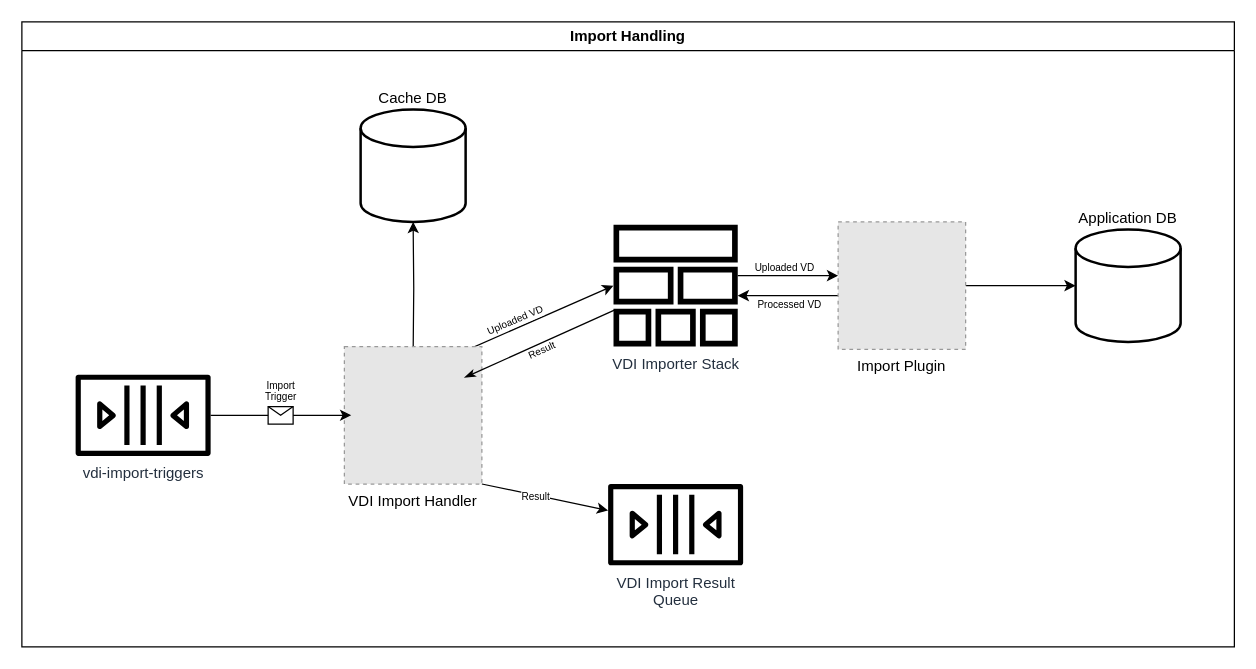
The draw.io diagram docs/design/1.0/diagrams/3-import-handling.drawio in VEuPathDB/vdi-service, before the edit. Source tidied: cells renumbered, new cells numbered last; positions are measured from the earlier drawing's top-left corner, leaving out a move shared by most shapes. Both pictures are drawn from the tidied source at 125%, with x=0, y=0 at pixel (21, 21). Pictures stored in the file or linked from it are replaced by grey dashed boxes.
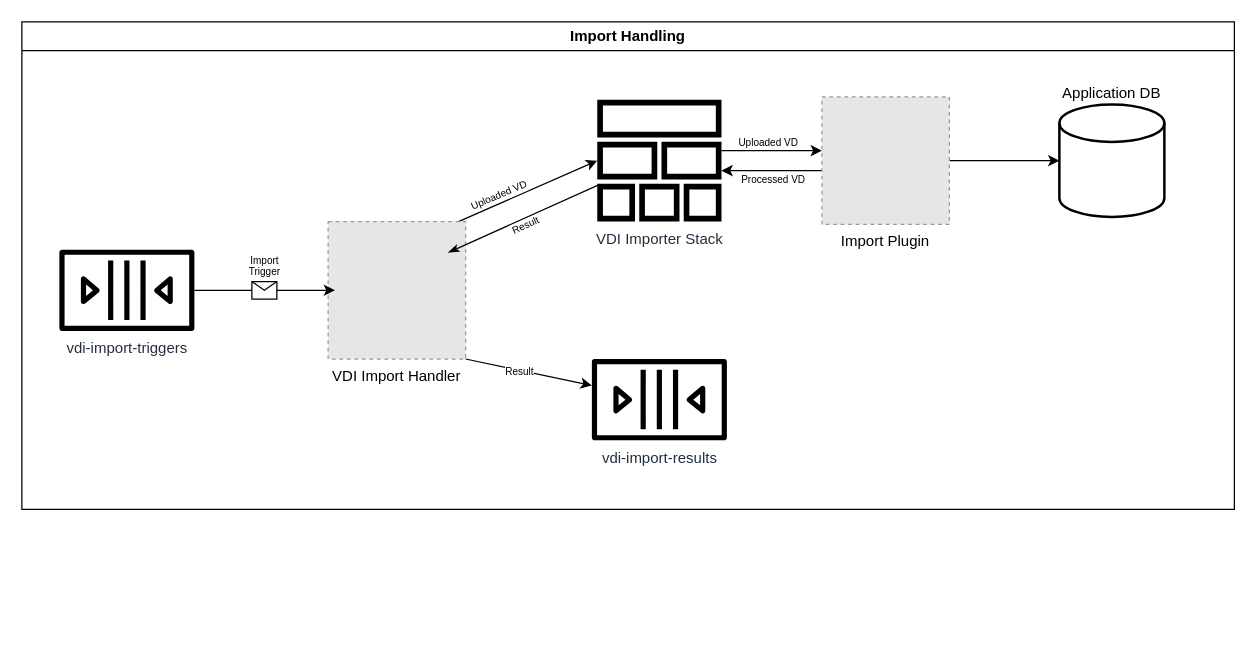
Above is the later version.

Change to the diagram source:
```diff
@@
     <mxCell id="2" value="Import Handling" style="swimlane;whiteSpace=wrap;html=1;fontSize=12;fillColor=default;" parent="1" vertex="1">
-      <mxGeometry width="970" height="500" as="geometry" />
+      <mxGeometry width="970" height="390" as="geometry" />
     </mxCell>
     <mxCell id="3" value="vdi-import-triggers" style="sketch=0;outlineConnect=0;fontColor=#232F3E;gradientColor=none;fillColor=#000000;strokeColor=none;dashed=0;verticalLabelPosition=bottom;verticalAlign=top;align=center;html=1;fontSize=12;fontStyle=0;shape=mxgraph.aws4.queue;" parent="2" vertex="1">
-      <mxGeometry x="43" y="282.2" width="108" height="65.1" as="geometry" />
+      <mxGeometry x="30" y="182.2" width="108" height="65.1" as="geometry" />
     </mxCell>
     <mxCell id="4" style="edgeStyle=none;rounded=0;jettySize=auto;html=1;entryX=0;entryY=0.5;entryDx=0;entryDy=0;entryPerimeter=0;" parent="2" edge="1" target="14">
       <mxGeometry relative="1" as="geometry">
-        <mxPoint x="340" y="269.6" as="sourcePoint" />
+        <mxPoint x="327" y="169.6" as="sourcePoint" />
       </mxGeometry>
     </mxCell>
@@
-    <mxCell id="8" style="edgeStyle=orthogonalEdgeStyle;rounded=0;jettySize=auto;html=1;entryX=0.5;entryY=1;entryDx=0;entryDy=0;entryPerimeter=0;" parent="2" edge="1" target="21">
-      <mxGeometry relative="1" as="geometry">
-        <mxPoint x="313" y="266" as="sourcePoint" />
-      </mxGeometry>
-    </mxCell>
     <mxCell id="9" value="VDI Import Handler" style="fillColor=#E6E6E6;strokeColor=#999999;dashed=1;verticalLabelPosition=bottom;labelBackgroundColor=default;verticalAlign=top;" parent="2" vertex="1">
-      <mxGeometry x="258" y="259.7" width="110" height="110" as="geometry" />
+      <mxGeometry x="245" y="159.7" width="110" height="110" as="geometry" />
     </mxCell>
@@
     <mxCell id="12" style="edgeStyle=none;rounded=0;orthogonalLoop=1;jettySize=auto;html=1;" parent="2" edge="1">
       <mxGeometry relative="1" as="geometry">
-        <mxPoint x="572.7" y="203" as="sourcePoint" />
-        <mxPoint x="653" y="203" as="targetPoint" />
+        <mxPoint x="559.7" y="103" as="sourcePoint" />
+        <mxPoint x="640" y="103" as="targetPoint" />
       </mxGeometry>
     </mxCell>
@@
     <mxCell id="14" value="VDI Importer Stack" style="sketch=0;outlineConnect=0;fontColor=#232F3E;gradientColor=none;fillColor=#000000;strokeColor=none;dashed=0;verticalLabelPosition=bottom;verticalAlign=top;align=center;html=1;fontSize=12;fontStyle=0;shape=mxgraph.aws4.stack;points=[[0,0,0,0,0],[0,0.5,0,0,0],[0,1,0,0,0],[0.5,0,0,0,0],[0.5,1,0,0,0]];" parent="2" vertex="1">
-      <mxGeometry x="473" y="162.3" width="100" height="97.4" as="geometry" />
+      <mxGeometry x="460" y="62.3" width="100" height="97.4" as="geometry" />
     </mxCell>
-    <mxCell id="15" value="VDI Import Result&lt;br&gt;Queue" style="sketch=0;outlineConnect=0;fontColor=#232F3E;gradientColor=none;fillColor=#000000;strokeColor=none;dashed=0;verticalLabelPosition=bottom;verticalAlign=top;align=center;html=1;fontSize=12;fontStyle=0;shape=mxgraph.aws4.queue;" parent="2" vertex="1">
-      <mxGeometry x="469" y="369.7" width="108" height="65.1" as="geometry" />
+    <mxCell id="15" value="vdi-import-results" style="sketch=0;outlineConnect=0;fontColor=#232F3E;gradientColor=none;fillColor=#000000;strokeColor=none;dashed=0;verticalLabelPosition=bottom;verticalAlign=top;align=center;html=1;fontSize=12;fontStyle=0;shape=mxgraph.aws4.queue;" parent="2" vertex="1">
+      <mxGeometry x="456" y="269.7" width="108" height="65.1" as="geometry" />
     </mxCell>
@@
     <mxCell id="17" style="edgeStyle=none;rounded=0;orthogonalLoop=1;jettySize=auto;html=1;" parent="2" edge="1">
       <mxGeometry relative="1" as="geometry">
-        <mxPoint x="653" y="219" as="sourcePoint" />
-        <mxPoint x="572.7" y="219" as="targetPoint" />
+        <mxPoint x="640" y="119" as="sourcePoint" />
+        <mxPoint x="559.7" y="119" as="targetPoint" />
       </mxGeometry>
     </mxCell>
@@
     <mxCell id="19" value="Import Plugin" style="fillColor=#E6E6E6;strokeColor=#999999;dashed=1;verticalLabelPosition=bottom;labelBackgroundColor=default;verticalAlign=top;" parent="2" vertex="1">
-      <mxGeometry x="653" y="160" width="102" height="102" as="geometry" />
+      <mxGeometry x="640" y="60" width="102" height="102" as="geometry" />
     </mxCell>
     <mxCell id="20" value="Application DB" style="strokeWidth=2;html=1;shape=mxgraph.flowchart.database;whiteSpace=wrap;fontSize=12;fillColor=default;labelPosition=center;verticalLabelPosition=top;align=center;verticalAlign=bottom;" parent="2" vertex="1">
-      <mxGeometry x="843" y="166" width="84" height="90" as="geometry" />
+      <mxGeometry x="830" y="66" width="84" height="90" as="geometry" />
     </mxCell>
-    <mxCell id="21" value="Cache DB" style="strokeWidth=2;html=1;shape=mxgraph.flowchart.database;whiteSpace=wrap;fontSize=12;fillColor=default;labelPosition=center;verticalLabelPosition=top;align=center;verticalAlign=bottom;" parent="2" vertex="1">
-      <mxGeometry x="271" y="70" width="84" height="90" as="geometry" />
-    </mxCell>
     <mxCell id="22" style="edgeStyle=none;rounded=0;orthogonalLoop=1;jettySize=auto;html=1;entryX=0;entryY=0.5;entryDx=0;entryDy=0;entryPerimeter=0;startArrow=classicThin;startFill=1;endArrow=none;endFill=0;" parent="1" edge="1">
       <mxGeometry relative="1" as="geometry">
-        <mxPoint x="354" y="284.6" as="sourcePoint" />
-        <mxPoint x="474" y="230.6" as="targetPoint" />
+        <mxPoint x="341" y="184.6" as="sourcePoint" />
+        <mxPoint x="461" y="130.6" as="targetPoint" />
       </mxGeometry>
     </mxCell>
```
